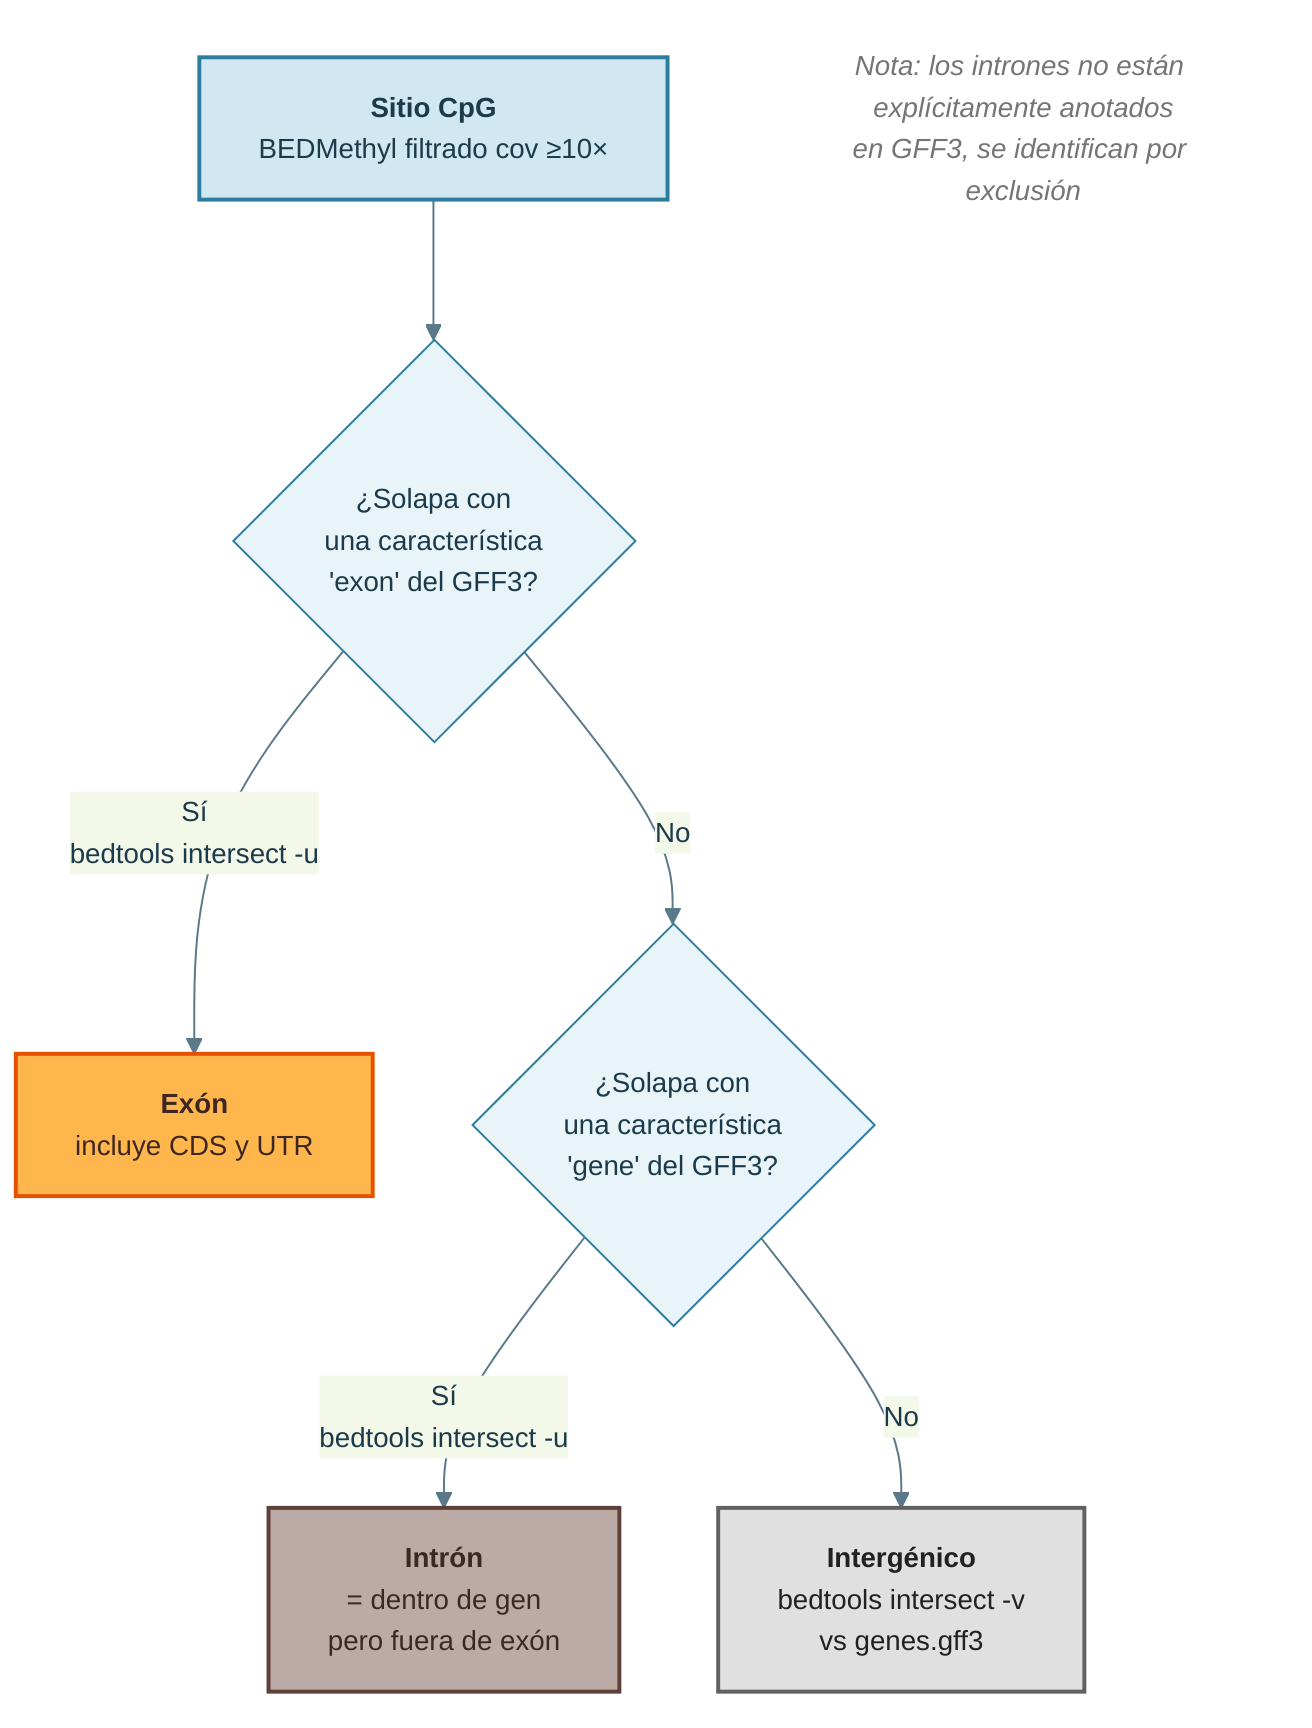
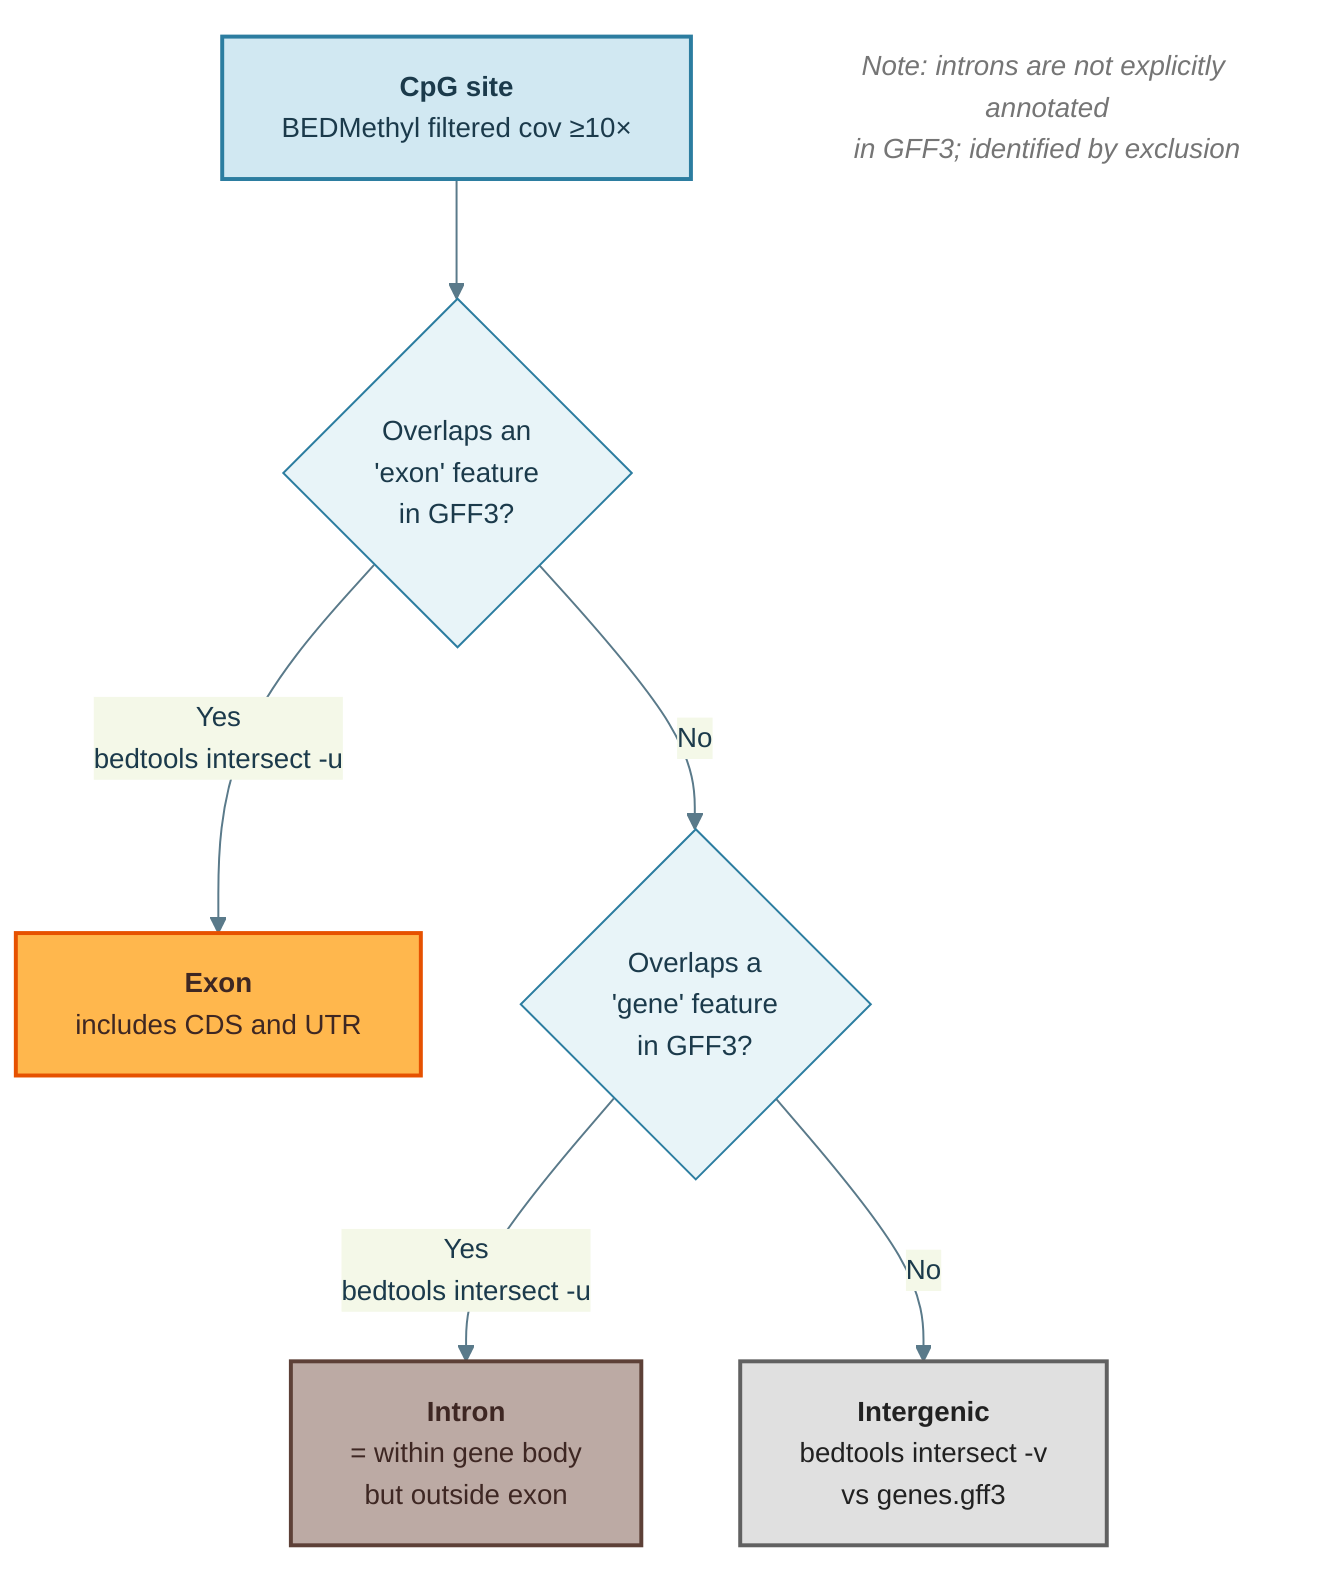
---
config:
  theme: base
  themeVariables:
    primaryColor: '#E8F4F8'
    primaryBorderColor: '#2C7DA0'
    primaryTextColor: '#1B3A4B'
    lineColor: '#5A7A8A'
    fontSize: 14px
---
flowchart TD
-     A["<b>Sitio CpG</b><br/>BEDMethyl filtrado cov ≥10×"]:::input
-     A --> B{"¿Solapa con<br/>una característica<br/>'exon' del GFF3?"}
-     B -->|"Sí<br/>bedtools intersect -u"| C["<b>Exón</b><br/>incluye CDS y UTR"]:::exon
-     B -->|"No"| D{"¿Solapa con<br/>una característica<br/>'gene' del GFF3?"}
-     D -->|"Sí<br/>bedtools intersect -u"| E["<b>Intrón</b><br/>= dentro de gen<br/>pero fuera de exón"]:::intron
-     D -->|"No"| F["<b>Intergénico</b><br/>bedtools intersect -v<br/>vs genes.gff3"]:::inter
+     A["<b>CpG site</b><br/>BEDMethyl filtered cov ≥10×"]:::input
+     A --> B{"Overlaps an<br/>'exon' feature<br/>in GFF3?"}
+     B -->|"Yes<br/>bedtools intersect -u"| C["<b>Exon</b><br/>includes CDS and UTR"]:::exon
+     B -->|"No"| D{"Overlaps a<br/>'gene' feature<br/>in GFF3?"}
+     D -->|"Yes<br/>bedtools intersect -u"| E["<b>Intron</b><br/>= within gene body<br/>but outside exon"]:::intron
+     D -->|"No"| F["<b>Intergenic</b><br/>bedtools intersect -v<br/>vs genes.gff3"]:::inter

-     G["<i>Nota: los intrones no están explícitamente anotados<br/>en GFF3, se identifican por exclusión</i>"]:::note
+     G["<i>Note: introns are not explicitly annotated<br/>in GFF3; identified by exclusion</i>"]:::note

    classDef input fill:#D1E8F2,stroke:#2C7DA0,stroke-width:2px,color:#1B3A4B
    classDef exon fill:#FFB74D,stroke:#E65100,stroke-width:2px,color:#3E2723
    classDef intron fill:#BCAAA4,stroke:#5D4037,stroke-width:2px,color:#3E2723
    classDef inter fill:#E0E0E0,stroke:#616161,stroke-width:2px,color:#212121
    classDef note fill:none,stroke:none,color:#757575
